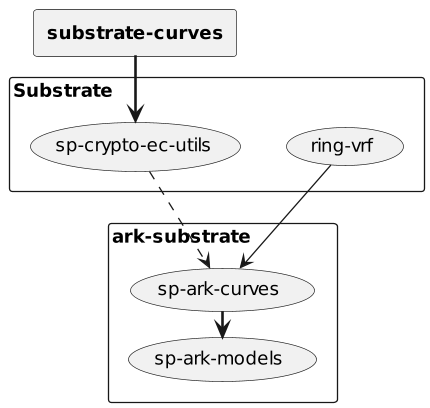
paritytech/arkworks-substrate keeps this PlantUML diagram as dependency-diagram.png. Above is the earlier version.
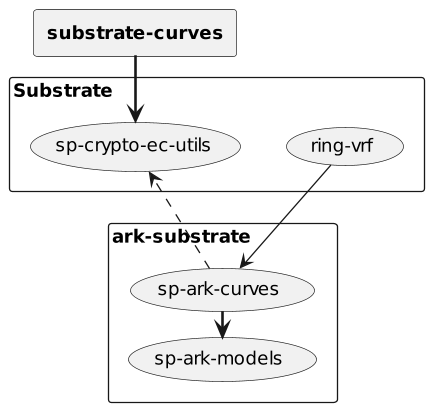
Above is the later version.

What changed in the source:
```diff
@@ -13,7 +13,7 @@
 }
 rectangle "<b>substrate-curves</b>" as sp_curves
 
-(sp-crypto-ec-utils) ..> (sp-ark-curves)
+(sp-ark-curves) ..> (sp-crypto-ec-utils)
 sp_curves ==> (sp-crypto-ec-utils)
 (sp-ark-curves)==> (sp-ark-models)
 (ring-vrf) --> (sp-ark-curves)
```
